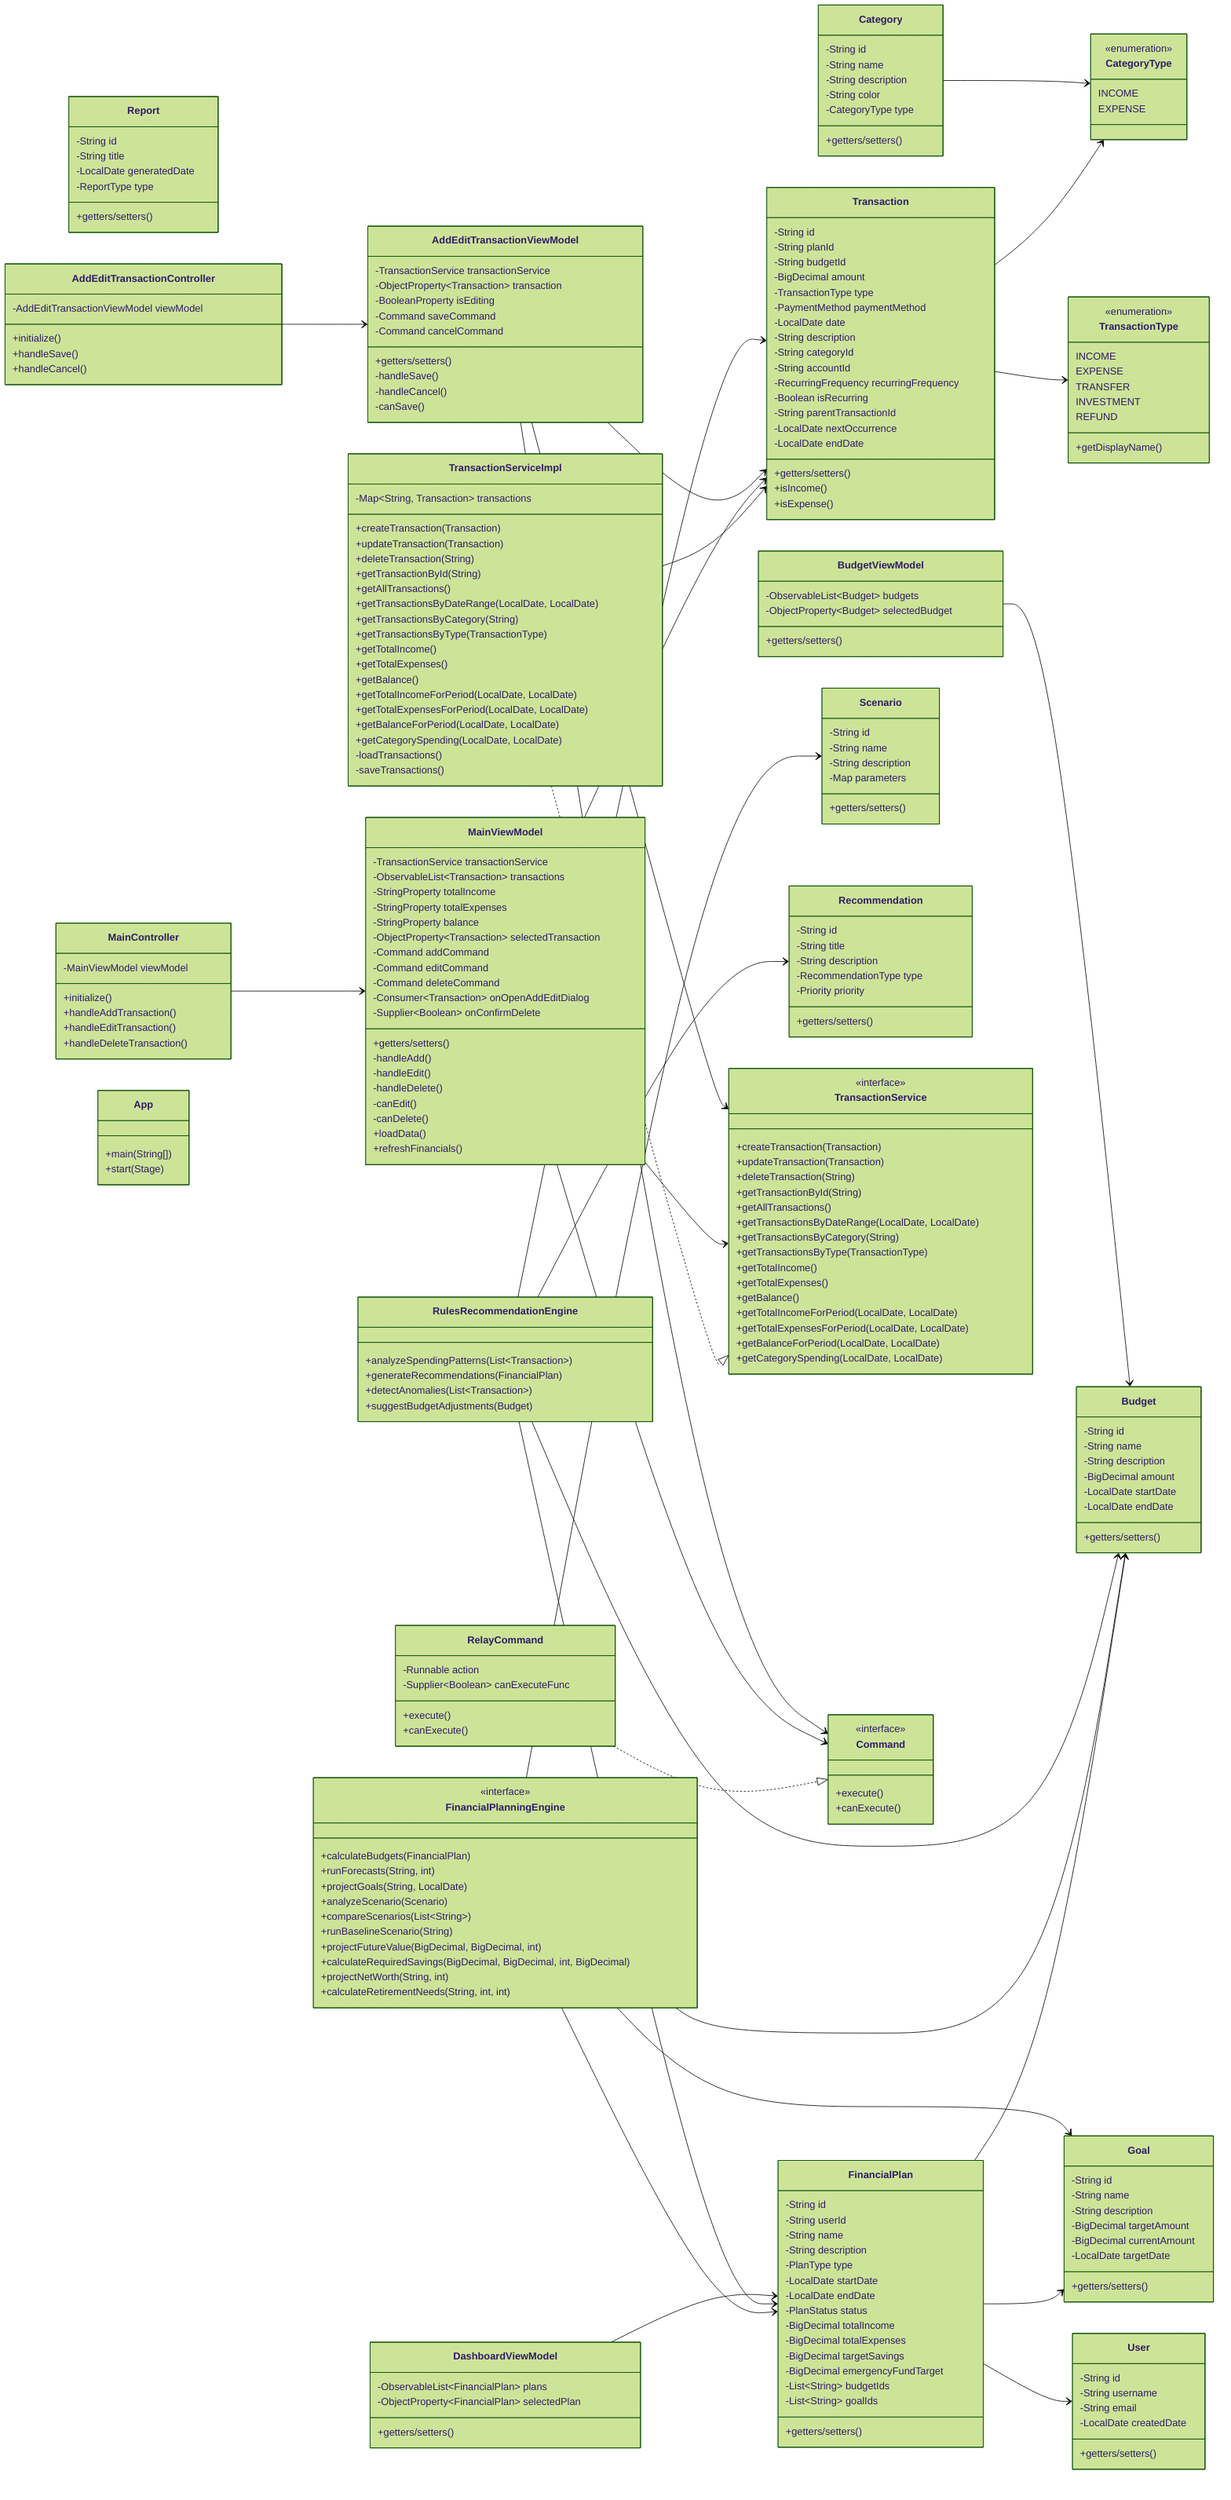
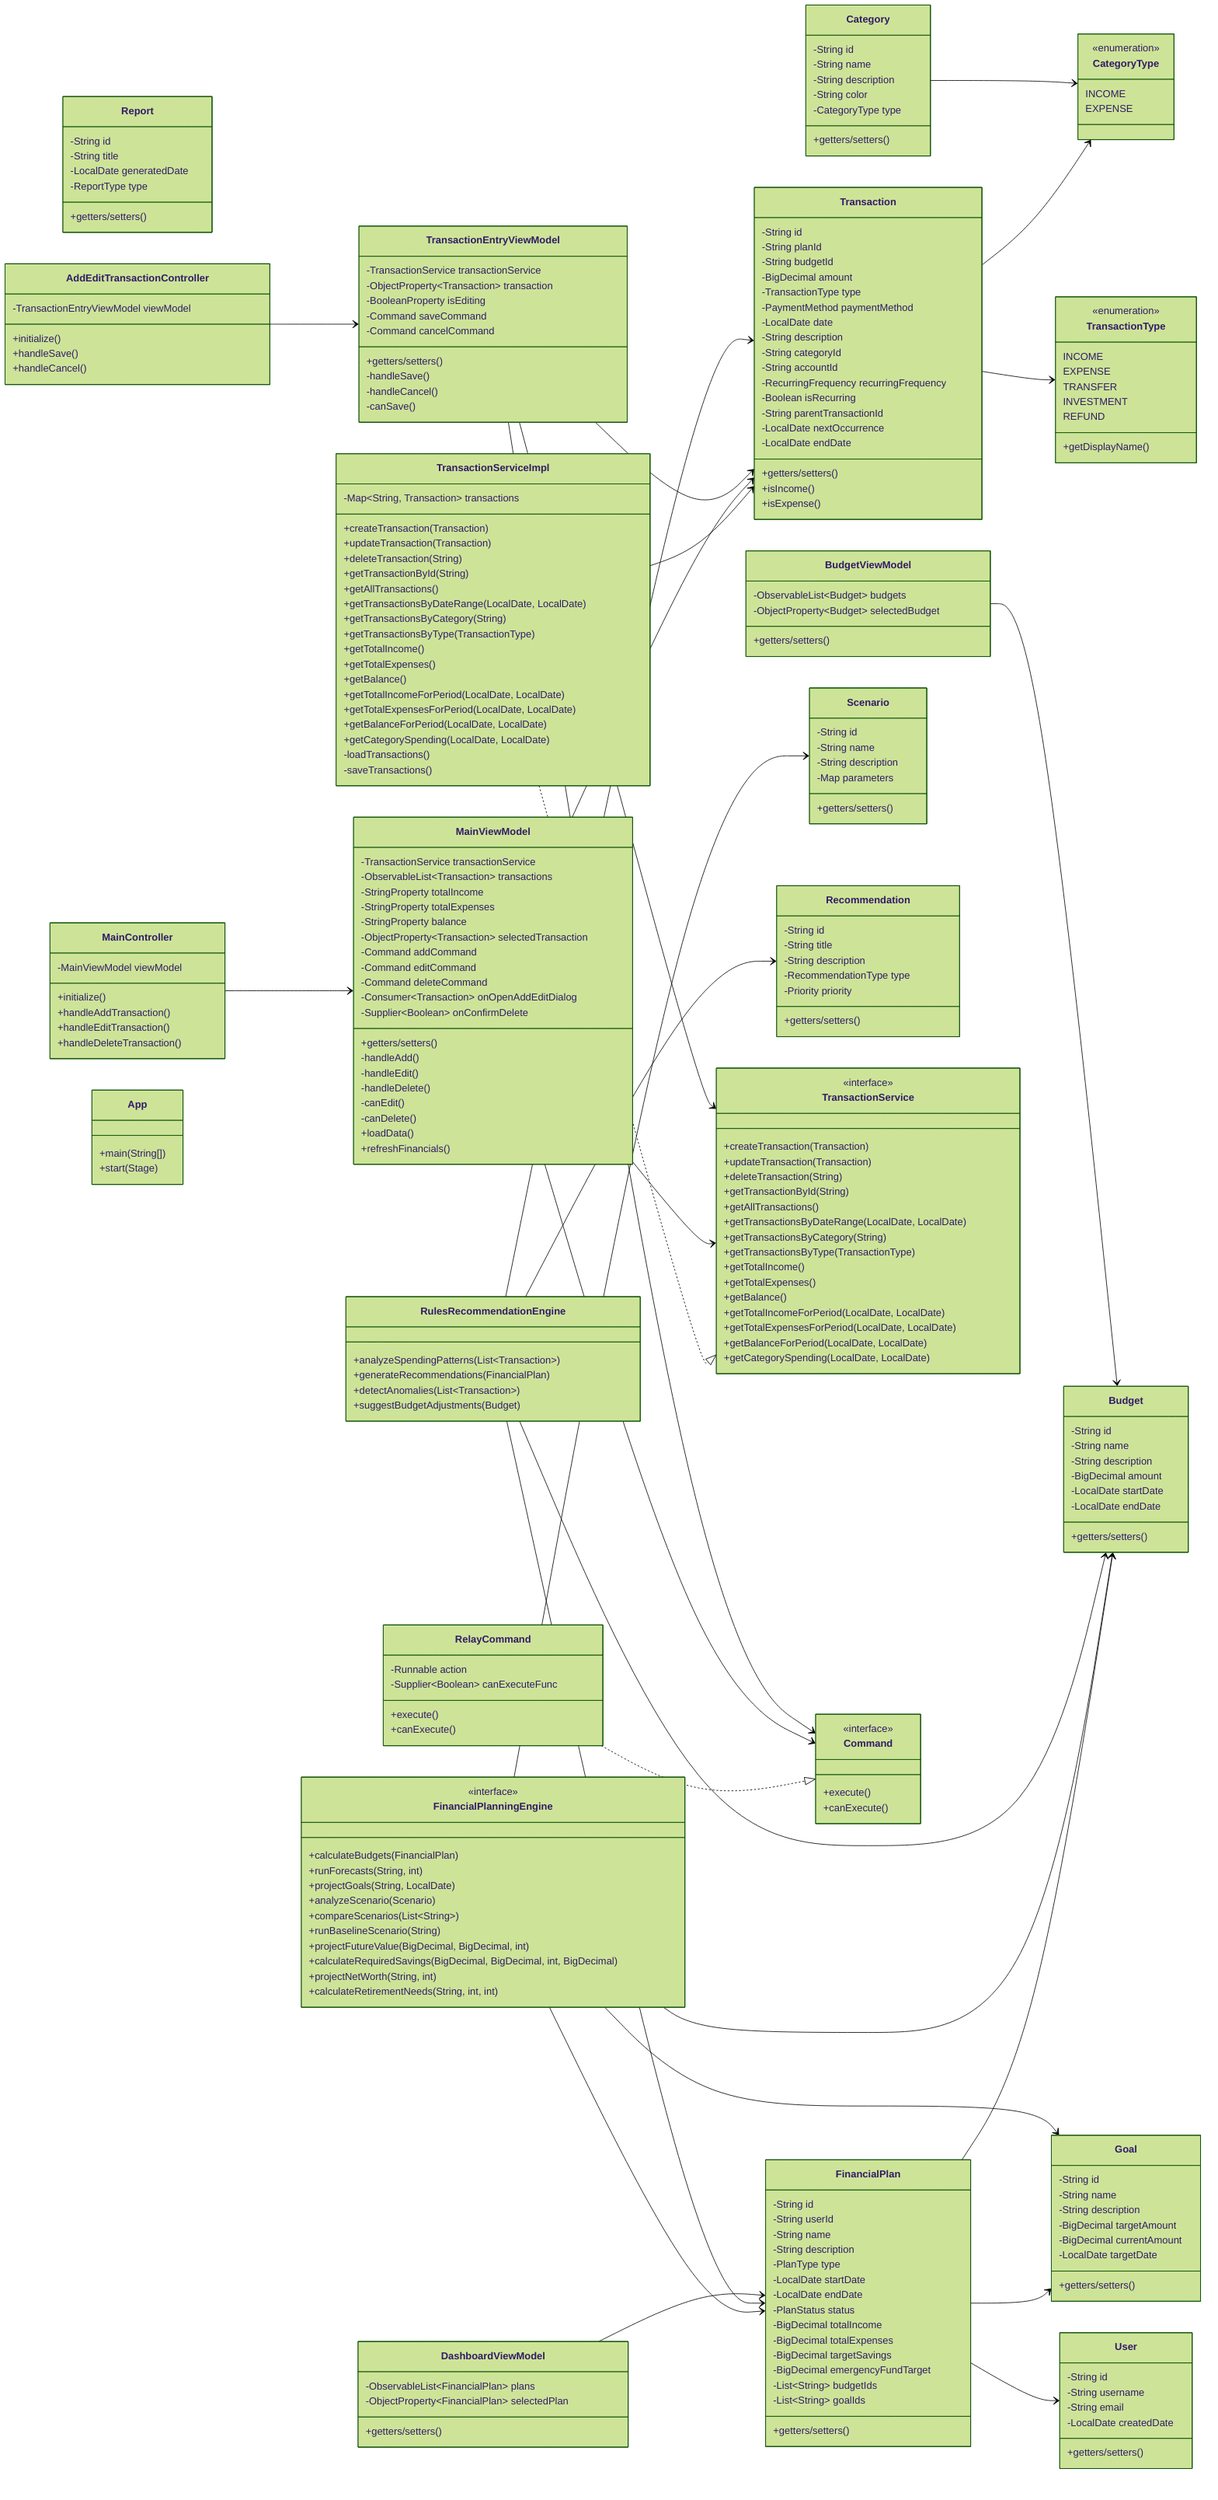
---
config:
  theme: forest
---
classDiagram
direction LR
    class Transaction {
	    -String id
	    -String planId
	    -String budgetId
	    -BigDecimal amount
	    -TransactionType type
	    -PaymentMethod paymentMethod
	    -LocalDate date
	    -String description
	    -String categoryId
	    -String accountId
	    -RecurringFrequency recurringFrequency
	    -Boolean isRecurring
	    -String parentTransactionId
	    -LocalDate nextOccurrence
	    -LocalDate endDate
	    +getters/setters()
	    +isIncome()
	    +isExpense()
    }

    class Category {
	    -String id
	    -String name
	    -String description
	    -String color
	    -CategoryType type
	    +getters/setters()
    }

    class TransactionType {
	    INCOME
	    EXPENSE
	    TRANSFER
	    INVESTMENT
	    REFUND
	    +getDisplayName()
    }

    class CategoryType {
	    INCOME
	    EXPENSE
    }

    class FinancialPlan {
	    -String id
	    -String userId
	    -String name
	    -String description
	    -PlanType type
	    -LocalDate startDate
	    -LocalDate endDate
	    -PlanStatus status
	    -BigDecimal totalIncome
	    -BigDecimal totalExpenses
	    -BigDecimal targetSavings
	    -BigDecimal emergencyFundTarget
	    -List~String~ budgetIds
	    -List~String~ goalIds
	    +getters/setters()
    }

    class Budget {
	    -String id
	    -String name
	    -String description
	    -BigDecimal amount
	    -LocalDate startDate
	    -LocalDate endDate
	    +getters/setters()
    }

    class Goal {
	    -String id
	    -String name
	    -String description
	    -BigDecimal targetAmount
	    -BigDecimal currentAmount
	    -LocalDate targetDate
	    +getters/setters()
    }

    class User {
	    -String id
	    -String username
	    -String email
	    -LocalDate createdDate
	    +getters/setters()
    }

    class Scenario {
	    -String id
	    -String name
	    -String description
	    -Map parameters
	    +getters/setters()
    }

    class Recommendation {
	    -String id
	    -String title
	    -String description
	    -RecommendationType type
	    -Priority priority
	    +getters/setters()
    }

    class Report {
	    -String id
	    -String title
	    -LocalDate generatedDate
	    -ReportType type
	    +getters/setters()
    }

    class TransactionService {
	    +createTransaction(Transaction)
	    +updateTransaction(Transaction)
	    +deleteTransaction(String)
	    +getTransactionById(String)
	    +getAllTransactions()
	    +getTransactionsByDateRange(LocalDate, LocalDate)
	    +getTransactionsByCategory(String)
	    +getTransactionsByType(TransactionType)
	    +getTotalIncome()
	    +getTotalExpenses()
	    +getBalance()
	    +getTotalIncomeForPeriod(LocalDate, LocalDate)
	    +getTotalExpensesForPeriod(LocalDate, LocalDate)
	    +getBalanceForPeriod(LocalDate, LocalDate)
	    +getCategorySpending(LocalDate, LocalDate)
    }

    class TransactionServiceImpl {
	    -Map~String, Transaction~ transactions
	    +createTransaction(Transaction)
	    +updateTransaction(Transaction)
	    +deleteTransaction(String)
	    +getTransactionById(String)
	    +getAllTransactions()
	    +getTransactionsByDateRange(LocalDate, LocalDate)
	    +getTransactionsByCategory(String)
	    +getTransactionsByType(TransactionType)
	    +getTotalIncome()
	    +getTotalExpenses()
	    +getBalance()
	    +getTotalIncomeForPeriod(LocalDate, LocalDate)
	    +getTotalExpensesForPeriod(LocalDate, LocalDate)
	    +getBalanceForPeriod(LocalDate, LocalDate)
	    +getCategorySpending(LocalDate, LocalDate)
	    -loadTransactions()
	    -saveTransactions()
    }

    class FinancialPlanningEngine {
	    +calculateBudgets(FinancialPlan)
	    +runForecasts(String, int)
	    +projectGoals(String, LocalDate)
	    +analyzeScenario(Scenario)
	    +compareScenarios(List~String~)
	    +runBaselineScenario(String)
	    +projectFutureValue(BigDecimal, BigDecimal, int)
	    +calculateRequiredSavings(BigDecimal, BigDecimal, int, BigDecimal)
	    +projectNetWorth(String, int)
	    +calculateRetirementNeeds(String, int, int)
    }

    class RulesRecommendationEngine {
	    +analyzeSpendingPatterns(List~Transaction~)
	    +generateRecommendations(FinancialPlan)
	    +detectAnomalies(List~Transaction~)
	    +suggestBudgetAdjustments(Budget)
    }

    class Command {
	    +execute()
	    +canExecute()
    }

    class RelayCommand {
	    -Runnable action
	    -Supplier~Boolean~ canExecuteFunc
	    +execute()
	    +canExecute()
    }

    class MainViewModel {
	    -TransactionService transactionService
	    -ObservableList~Transaction~ transactions
	    -StringProperty totalIncome
	    -StringProperty totalExpenses
	    -StringProperty balance
	    -ObjectProperty~Transaction~ selectedTransaction
	    -Command addCommand
	    -Command editCommand
	    -Command deleteCommand
	    -Consumer~Transaction~ onOpenAddEditDialog
	    -Supplier~Boolean~ onConfirmDelete
	    +getters/setters()
	    -handleAdd()
	    -handleEdit()
	    -handleDelete()
	    -canEdit()
	    -canDelete()
	    +loadData()
	    +refreshFinancials()
    }

-     class AddEditTransactionViewModel {
+     class TransactionEntryViewModel {
	    -TransactionService transactionService
	    -ObjectProperty~Transaction~ transaction
	    -BooleanProperty isEditing
	    -Command saveCommand
	    -Command cancelCommand
	    +getters/setters()
	    -handleSave()
	    -handleCancel()
	    -canSave()
    }

    class BudgetViewModel {
	    -ObservableList~Budget~ budgets
	    -ObjectProperty~Budget~ selectedBudget
	    +getters/setters()
    }

    class DashboardViewModel {
	    -ObservableList~FinancialPlan~ plans
	    -ObjectProperty~FinancialPlan~ selectedPlan
	    +getters/setters()
    }

    class MainController {
	    -MainViewModel viewModel
	    +initialize()
	    +handleAddTransaction()
	    +handleEditTransaction()
	    +handleDeleteTransaction()
    }

    class AddEditTransactionController {
- 	    -AddEditTransactionViewModel viewModel
+ 	    -TransactionEntryViewModel viewModel
	    +initialize()
	    +handleSave()
	    +handleCancel()
    }

    class App {
	    +main(String[])
	    +start(Stage)
    }

	<<enumeration>> TransactionType
	<<enumeration>> CategoryType
	<<interface>> TransactionService
	<<interface>> FinancialPlanningEngine
	<<interface>> Command

    Transaction --> TransactionType
    Transaction --> CategoryType
    Category --> CategoryType
    FinancialPlan --> Budget
    FinancialPlan --> Goal
    FinancialPlan --> User
    TransactionServiceImpl ..|> TransactionService
    TransactionServiceImpl --> Transaction
    RelayCommand ..|> Command
    MainViewModel --> TransactionService
    MainViewModel --> Transaction
    MainViewModel --> Command
-     AddEditTransactionViewModel --> TransactionService
-     AddEditTransactionViewModel --> Transaction
-     AddEditTransactionViewModel --> Command
+     TransactionEntryViewModel --> TransactionService
+     TransactionEntryViewModel --> Transaction
+     TransactionEntryViewModel --> Command
    MainController --> MainViewModel
-     AddEditTransactionController --> AddEditTransactionViewModel
+     AddEditTransactionController --> TransactionEntryViewModel
    FinancialPlanningEngine --> FinancialPlan
    FinancialPlanningEngine --> Scenario
    FinancialPlanningEngine --> Goal
    FinancialPlanningEngine --> Budget
    RulesRecommendationEngine --> Transaction
    RulesRecommendationEngine --> FinancialPlan
    RulesRecommendationEngine --> Budget
    RulesRecommendationEngine --> Recommendation
    BudgetViewModel --> Budget
    DashboardViewModel --> FinancialPlan